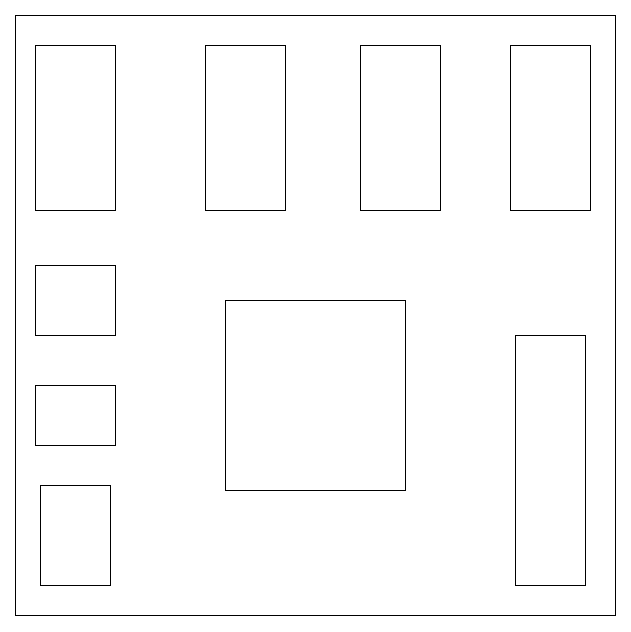
Earlier version of the draw.io export static/img/map.drawio.png (HiDomesticCat/NUTN_DataBase_project). Source tidied: cells renumbered, new cells last; positions are measured from the earlier drawing's top-left corner, leaving out a move shared by most shapes. Its diagram source:
```xml
<mxGraphModel>
  <root>
    <mxCell id="0" />
    <mxCell id="1" parent="0" />
    <mxCell id="2" style="rounded=0;whiteSpace=wrap;html=1;" parent="1" vertex="1">
      <mxGeometry width="600" height="600" as="geometry" />
    </mxCell>
    <mxCell id="3" style="rounded=0;whiteSpace=wrap;html=1;" parent="1" vertex="1">
      <mxGeometry x="20" y="30" width="80" height="165" as="geometry" />
    </mxCell>
    <mxCell id="4" style="rounded=0;whiteSpace=wrap;html=1;" parent="1" vertex="1">
      <mxGeometry x="190" y="30" width="80" height="165" as="geometry" />
    </mxCell>
    <mxCell id="5" style="rounded=0;whiteSpace=wrap;html=1;" parent="1" vertex="1">
      <mxGeometry x="345" y="30" width="80" height="165" as="geometry" />
    </mxCell>
    <mxCell id="6" style="rounded=0;whiteSpace=wrap;html=1;" parent="1" vertex="1">
      <mxGeometry x="495" y="30" width="80" height="165" as="geometry" />
    </mxCell>
    <mxCell id="7" style="rounded=0;whiteSpace=wrap;html=1;" parent="1" vertex="1">
      <mxGeometry x="20" y="370" width="80" height="60" as="geometry" />
    </mxCell>
    <mxCell id="8" style="rounded=0;whiteSpace=wrap;html=1;" parent="1" vertex="1">
      <mxGeometry x="20" y="250" width="80" height="70" as="geometry" />
    </mxCell>
    <mxCell id="9" style="rounded=0;whiteSpace=wrap;html=1;" parent="1" vertex="1">
      <mxGeometry x="25" y="470" width="70" height="100" as="geometry" />
    </mxCell>
    <mxCell id="10" style="rounded=0;whiteSpace=wrap;html=1;" parent="1" vertex="1">
      <mxGeometry x="210" y="285" width="180" height="190" as="geometry" />
    </mxCell>
    <mxCell id="11" style="rounded=0;whiteSpace=wrap;html=1;" parent="1" vertex="1">
      <mxGeometry x="500" y="320" width="70" height="250" as="geometry" />
    </mxCell>
  </root>
</mxGraphModel>
```
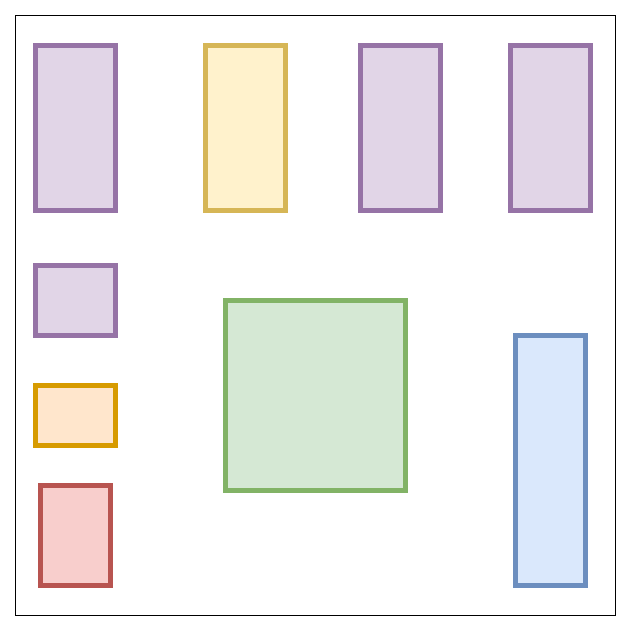
After the change.

Diff of the diagram source:
```diff
@@ -5,31 +5,31 @@
     <mxCell id="2" style="rounded=0;whiteSpace=wrap;html=1;" parent="1" vertex="1">
       <mxGeometry width="600" height="600" as="geometry" />
     </mxCell>
-    <mxCell id="3" style="rounded=0;whiteSpace=wrap;html=1;" parent="1" vertex="1">
+    <mxCell id="3" style="rounded=0;whiteSpace=wrap;html=1;fillColor=#e1d5e7;strokeColor=#9673a6;strokeWidth=5;" parent="1" vertex="1">
       <mxGeometry x="20" y="30" width="80" height="165" as="geometry" />
     </mxCell>
-    <mxCell id="4" style="rounded=0;whiteSpace=wrap;html=1;" parent="1" vertex="1">
+    <mxCell id="4" style="rounded=0;whiteSpace=wrap;html=1;fillColor=#fff2cc;strokeColor=#d6b656;strokeWidth=5;" parent="1" vertex="1">
       <mxGeometry x="190" y="30" width="80" height="165" as="geometry" />
     </mxCell>
-    <mxCell id="5" style="rounded=0;whiteSpace=wrap;html=1;" parent="1" vertex="1">
+    <mxCell id="5" style="rounded=0;whiteSpace=wrap;html=1;fillColor=#e1d5e7;strokeColor=#9673a6;strokeWidth=5;" parent="1" vertex="1">
       <mxGeometry x="345" y="30" width="80" height="165" as="geometry" />
     </mxCell>
-    <mxCell id="6" style="rounded=0;whiteSpace=wrap;html=1;" parent="1" vertex="1">
+    <mxCell id="6" style="rounded=0;whiteSpace=wrap;html=1;fillColor=#e1d5e7;strokeColor=#9673a6;strokeWidth=5;" parent="1" vertex="1">
       <mxGeometry x="495" y="30" width="80" height="165" as="geometry" />
     </mxCell>
-    <mxCell id="7" style="rounded=0;whiteSpace=wrap;html=1;" parent="1" vertex="1">
+    <mxCell id="7" style="rounded=0;whiteSpace=wrap;html=1;fillColor=#ffe6cc;strokeColor=#d79b00;strokeWidth=5;" parent="1" vertex="1">
       <mxGeometry x="20" y="370" width="80" height="60" as="geometry" />
     </mxCell>
-    <mxCell id="8" style="rounded=0;whiteSpace=wrap;html=1;" parent="1" vertex="1">
+    <mxCell id="8" style="rounded=0;whiteSpace=wrap;html=1;fillColor=#e1d5e7;strokeColor=#9673a6;strokeWidth=5;" parent="1" vertex="1">
       <mxGeometry x="20" y="250" width="80" height="70" as="geometry" />
     </mxCell>
-    <mxCell id="9" style="rounded=0;whiteSpace=wrap;html=1;" parent="1" vertex="1">
+    <mxCell id="9" style="rounded=0;whiteSpace=wrap;html=1;fillColor=#f8cecc;strokeColor=#b85450;strokeWidth=5;" parent="1" vertex="1">
       <mxGeometry x="25" y="470" width="70" height="100" as="geometry" />
     </mxCell>
-    <mxCell id="10" style="rounded=0;whiteSpace=wrap;html=1;" parent="1" vertex="1">
+    <mxCell id="10" style="rounded=0;whiteSpace=wrap;html=1;fillColor=#d5e8d4;strokeColor=#82b366;strokeWidth=5;" parent="1" vertex="1">
       <mxGeometry x="210" y="285" width="180" height="190" as="geometry" />
     </mxCell>
-    <mxCell id="11" style="rounded=0;whiteSpace=wrap;html=1;" parent="1" vertex="1">
+    <mxCell id="11" style="rounded=0;whiteSpace=wrap;html=1;fillColor=#dae8fc;strokeColor=#6c8ebf;strokeWidth=5;" parent="1" vertex="1">
       <mxGeometry x="500" y="320" width="70" height="250" as="geometry" />
     </mxCell>
   </root>
```
